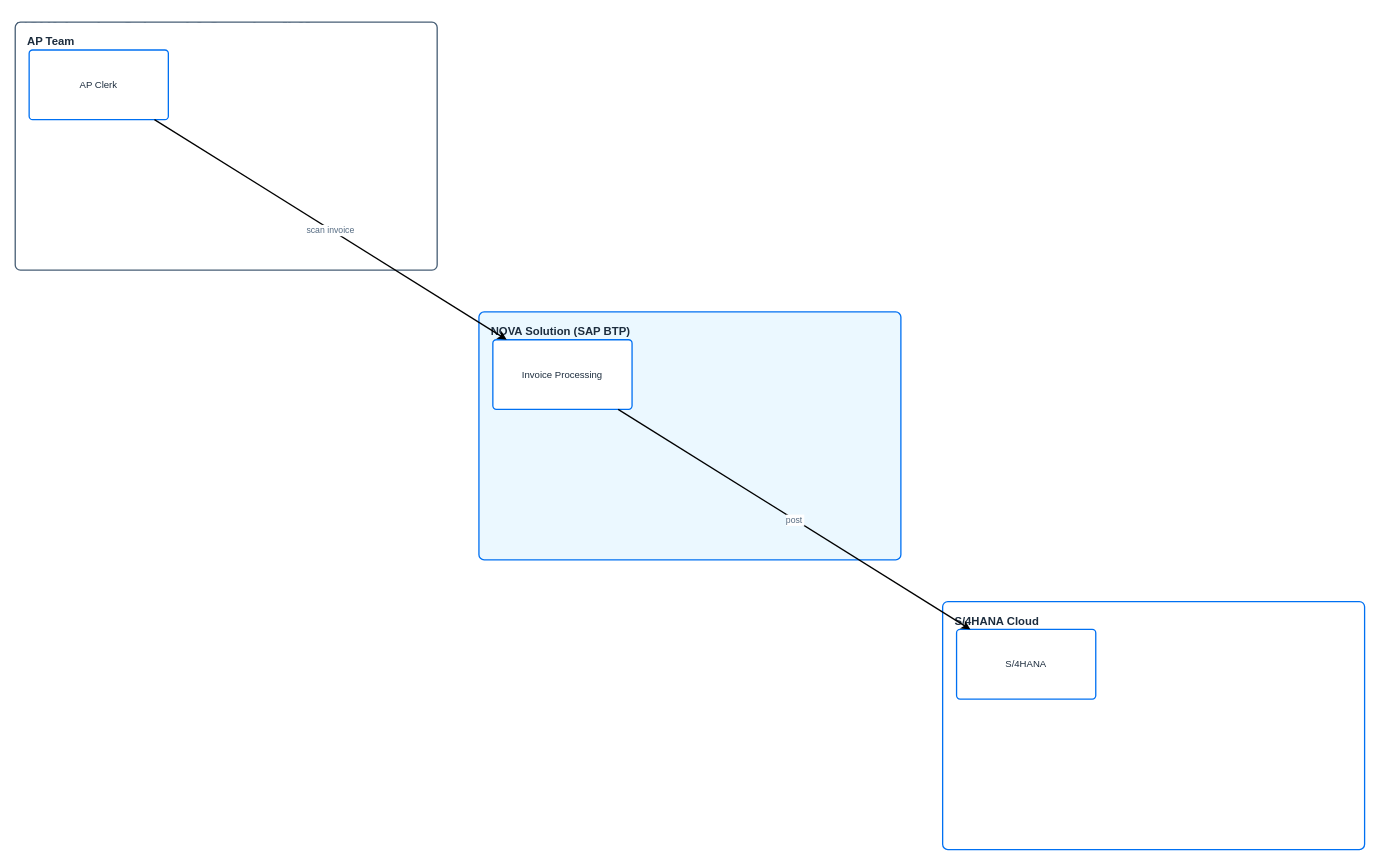
Above: skills/sap-diagram-generate/templates/L0-base.drawio in Raistlin82/sap-diagrams-pro (draw.io), before the change. Source tidied: cells renumbered, new cells numbered last; positions are measured from the earlier drawing's top-left corner, leaving out a move shared by most shapes. Both pictures are drawn from the tidied source at 87%, with x=0, y=0 at pixel (15, 15).
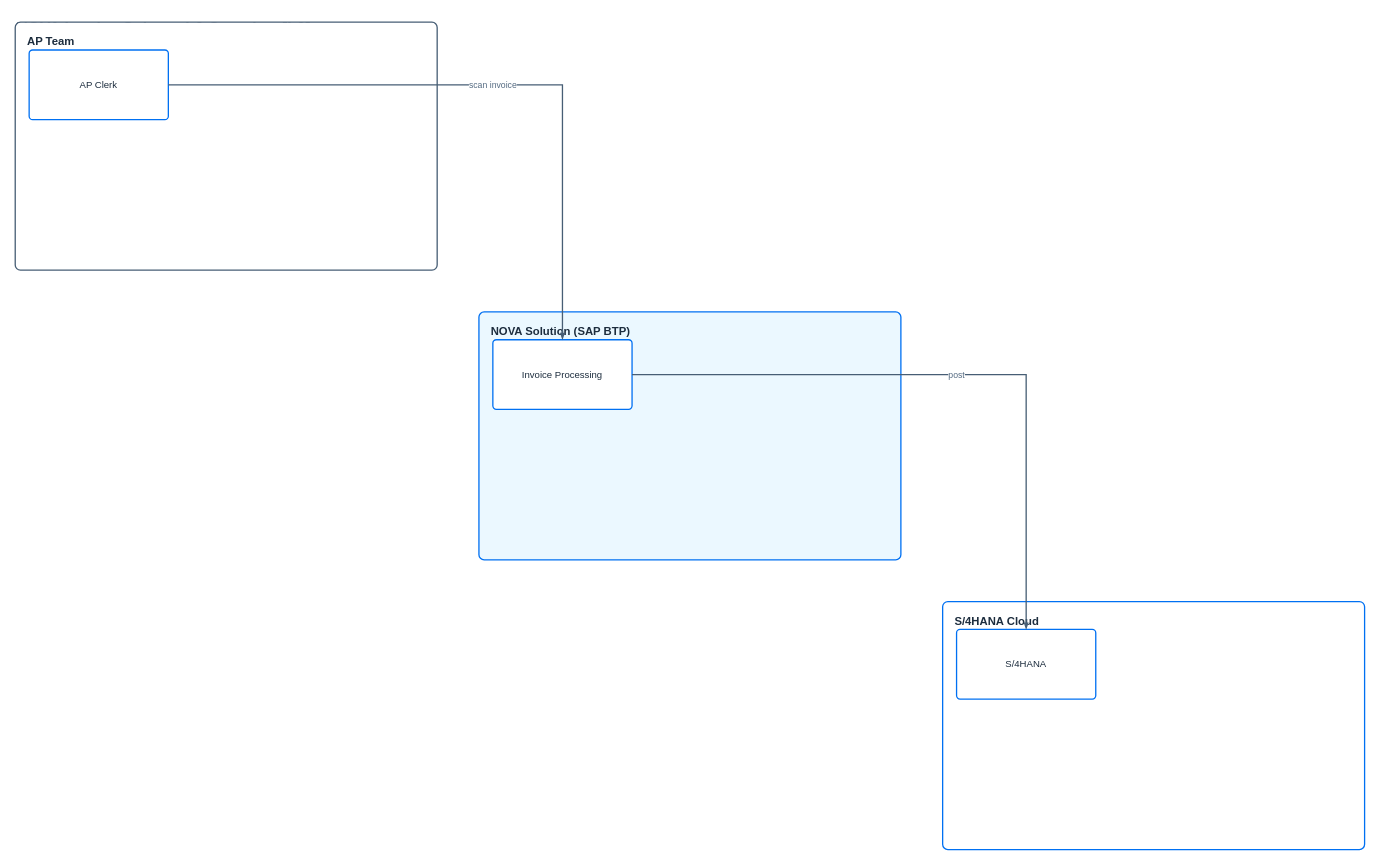
After the change.

Diff of the diagram source:
```diff
@@
 <mxGraphModel>
   <root>
     <mxCell id="0" />
     <mxCell id="1" parent="0" />
     <mxCell id="2" value="NOVA Invoice Suite — L0 Overview [L0]" style="text;html=1;align=left;verticalAlign=middle;fontColor=#1D2D3E;fontSize=18;fontStyle=1;" parent="1" vertex="1">
       <mxGeometry width="800" height="32" as="geometry" />
     </mxCell>
     <mxCell id="3" value="AP Team" style="rounded=1;whiteSpace=wrap;html=1;strokeColor=#475E75;fillColor=#FFFFFF;arcSize=12;absoluteArcSize=1;strokeWidth=1.5;verticalAlign=top;align=left;fontColor=#1D2D3E;fontStyle=1;fontSize=13;spacingLeft=12;spacingTop=8;" parent="1" vertex="1">
       <mxGeometry y="8" width="485" height="285" as="geometry" />
     </mxCell>
     <mxCell id="4" value="NOVA Solution (SAP BTP)" style="rounded=1;whiteSpace=wrap;html=1;strokeColor=#0070F2;fillColor=#EBF8FF;arcSize=12;absoluteArcSize=1;strokeWidth=1.5;verticalAlign=top;align=left;fontColor=#1D2D3E;fontStyle=1;fontSize=13;spacingLeft=12;spacingTop=8;" parent="1" vertex="1">
       <mxGeometry x="533" y="341" width="485" height="285" as="geometry" />
     </mxCell>
     <mxCell id="5" value="S/4HANA Cloud" style="rounded=1;whiteSpace=wrap;html=1;strokeColor=#0070F2;fillColor=#FFFFFF;arcSize=12;absoluteArcSize=1;strokeWidth=1.5;verticalAlign=top;align=left;fontColor=#1D2D3E;fontStyle=1;fontSize=13;spacingLeft=12;spacingTop=8;" parent="1" vertex="1">
       <mxGeometry x="1066" y="674" width="485" height="285" as="geometry" />
     </mxCell>
     <mxCell id="6" value="AP Clerk" style="rounded=1;whiteSpace=wrap;html=1;strokeColor=#0070F2;fillColor=#FFFFFF;arcSize=8;absoluteArcSize=1;strokeWidth=1.5;fontColor=#1D2D3E;fontSize=11;align=center;verticalAlign=middle;" parent="1" vertex="1">
       <mxGeometry x="16" y="40" width="160" height="80" as="geometry" />
     </mxCell>
     <mxCell id="7" value="Invoice Processing" style="rounded=1;whiteSpace=wrap;html=1;strokeColor=#0070F2;fillColor=#FFFFFF;arcSize=8;absoluteArcSize=1;strokeWidth=1.5;fontColor=#1D2D3E;fontSize=11;align=center;verticalAlign=middle;" parent="1" vertex="1">
       <mxGeometry x="549" y="373" width="160" height="80" as="geometry" />
     </mxCell>
     <mxCell id="8" value="S/4HANA" style="rounded=1;whiteSpace=wrap;html=1;strokeColor=#0070F2;fillColor=#FFFFFF;arcSize=8;absoluteArcSize=1;strokeWidth=1.5;fontColor=#1D2D3E;fontSize=11;align=center;verticalAlign=middle;" parent="1" vertex="1">
       <mxGeometry x="1082" y="706" width="160" height="80" as="geometry" />
     </mxCell>
-    <mxCell id="9" value="scan invoice" style="endArrow=classic;startArrow=none;dashed=0;strokeWidth=1.5;fontSize=10;fontColor=#556B82;" parent="1" edge="1" source="6" target="7">
+    <mxCell id="9" value="scan invoice" style="edgeStyle=orthogonalEdgeStyle;rounded=0;jettySize=auto;html=1;endArrow=blockThin;endFill=1;endSize=4;startSize=4;strokeColor=#475E75;strokeWidth=1.5;dashed=0;fontSize=10;fontColor=#556B82;labelBackgroundColor=#FFFFFF;" parent="1" edge="1" source="6" target="7">
       <mxGeometry relative="1" as="geometry" />
     </mxCell>
-    <mxCell id="10" value="post" style="endArrow=classic;startArrow=none;dashed=0;strokeWidth=1.5;fontSize=10;fontColor=#556B82;" parent="1" edge="1" source="7" target="8">
+    <mxCell id="10" value="post" style="edgeStyle=orthogonalEdgeStyle;rounded=0;jettySize=auto;html=1;endArrow=blockThin;endFill=1;endSize=4;startSize=4;strokeColor=#475E75;strokeWidth=1.5;dashed=0;fontSize=10;fontColor=#556B82;labelBackgroundColor=#FFFFFF;" parent="1" edge="1" source="7" target="8">
       <mxGeometry relative="1" as="geometry" />
     </mxCell>
   </root>
 </mxGraphModel>
```
